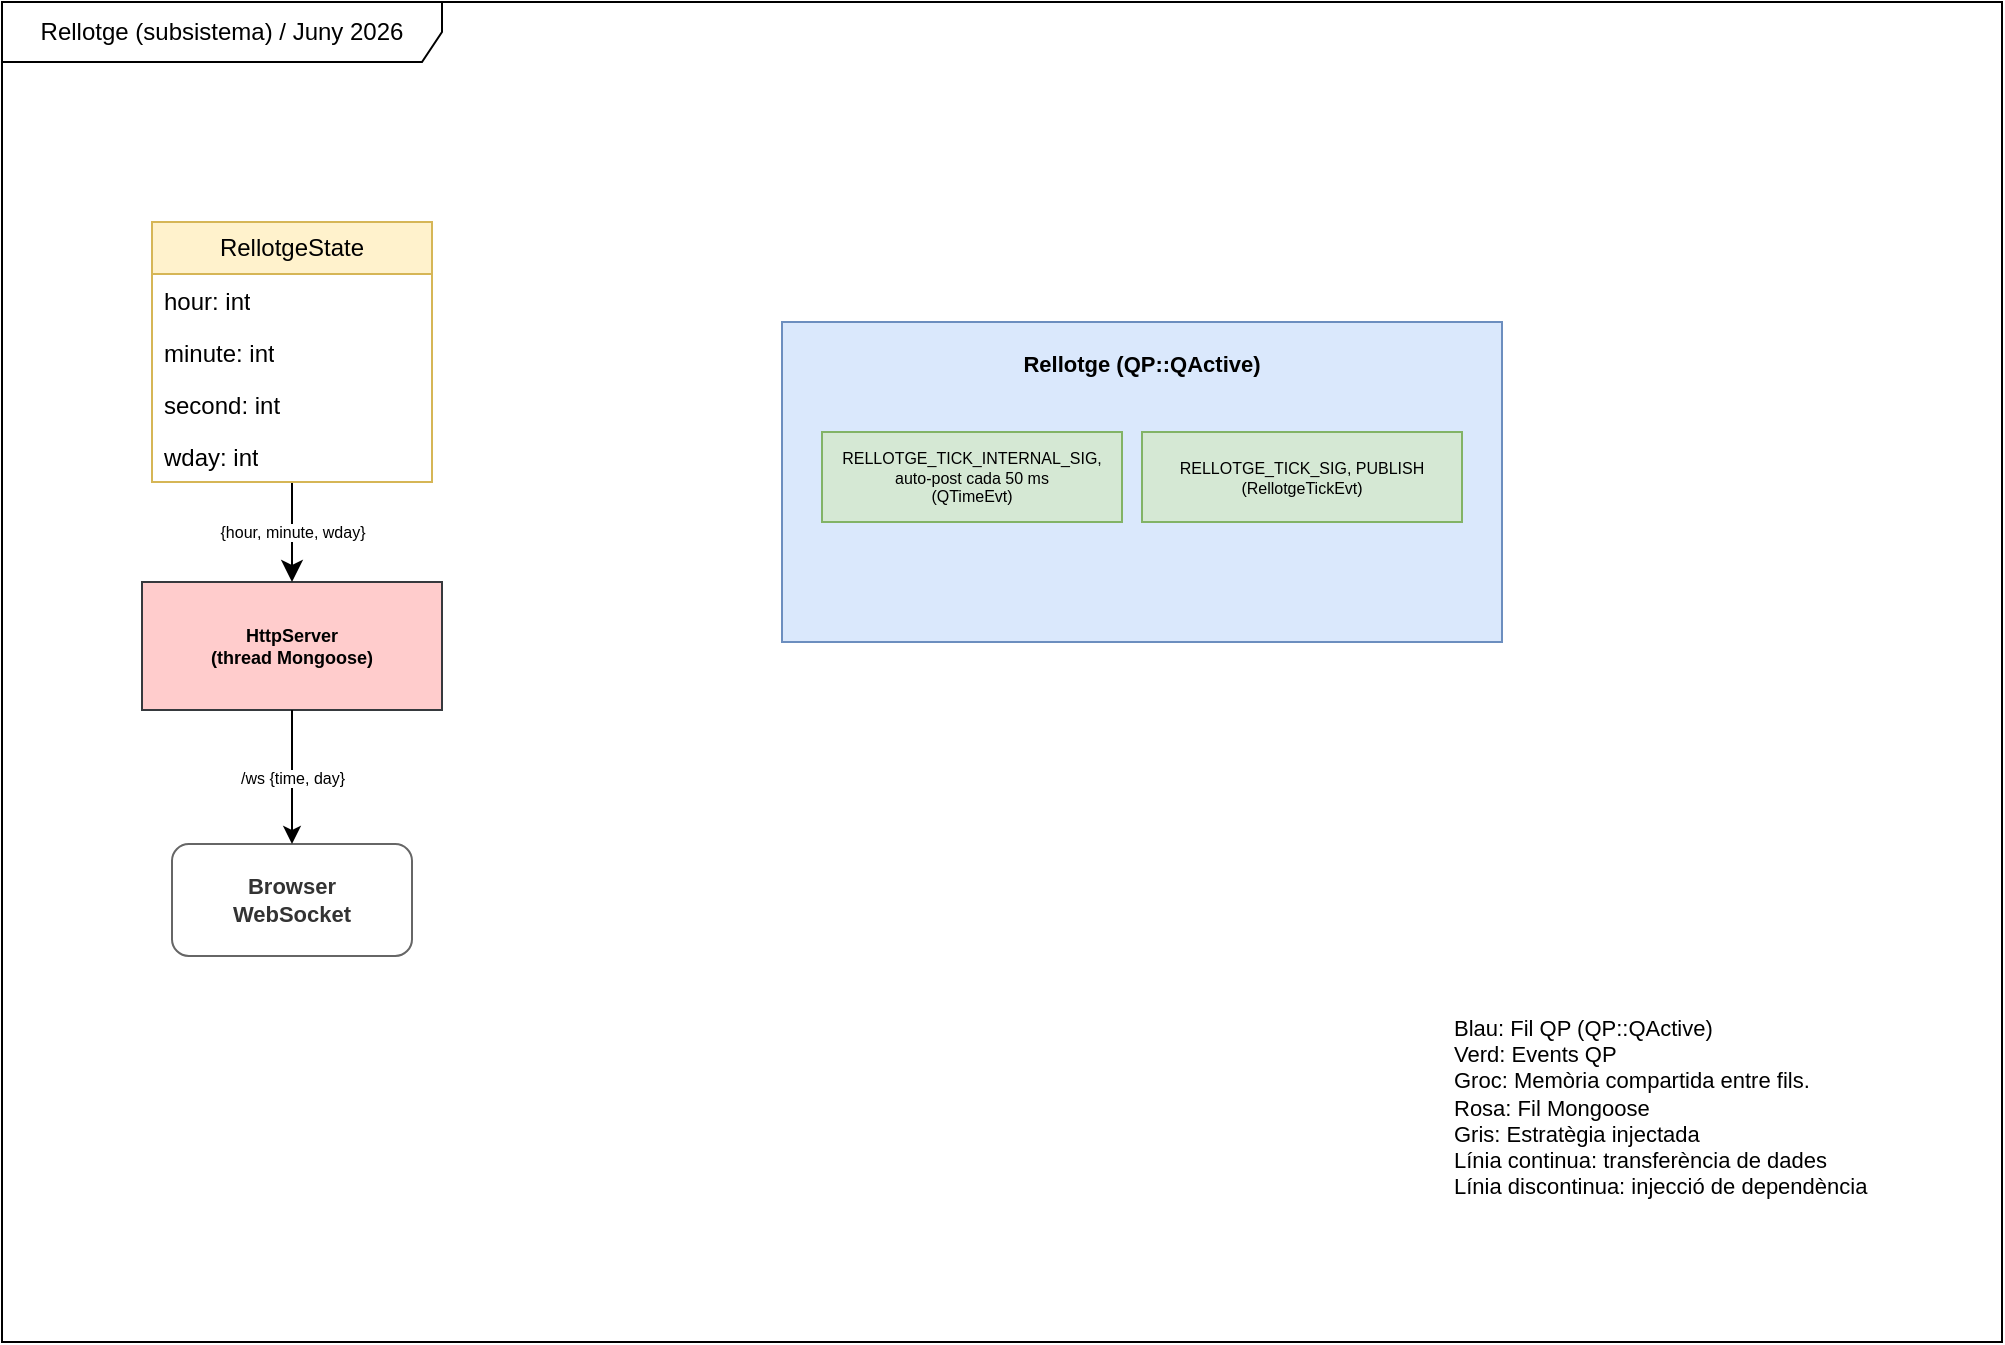
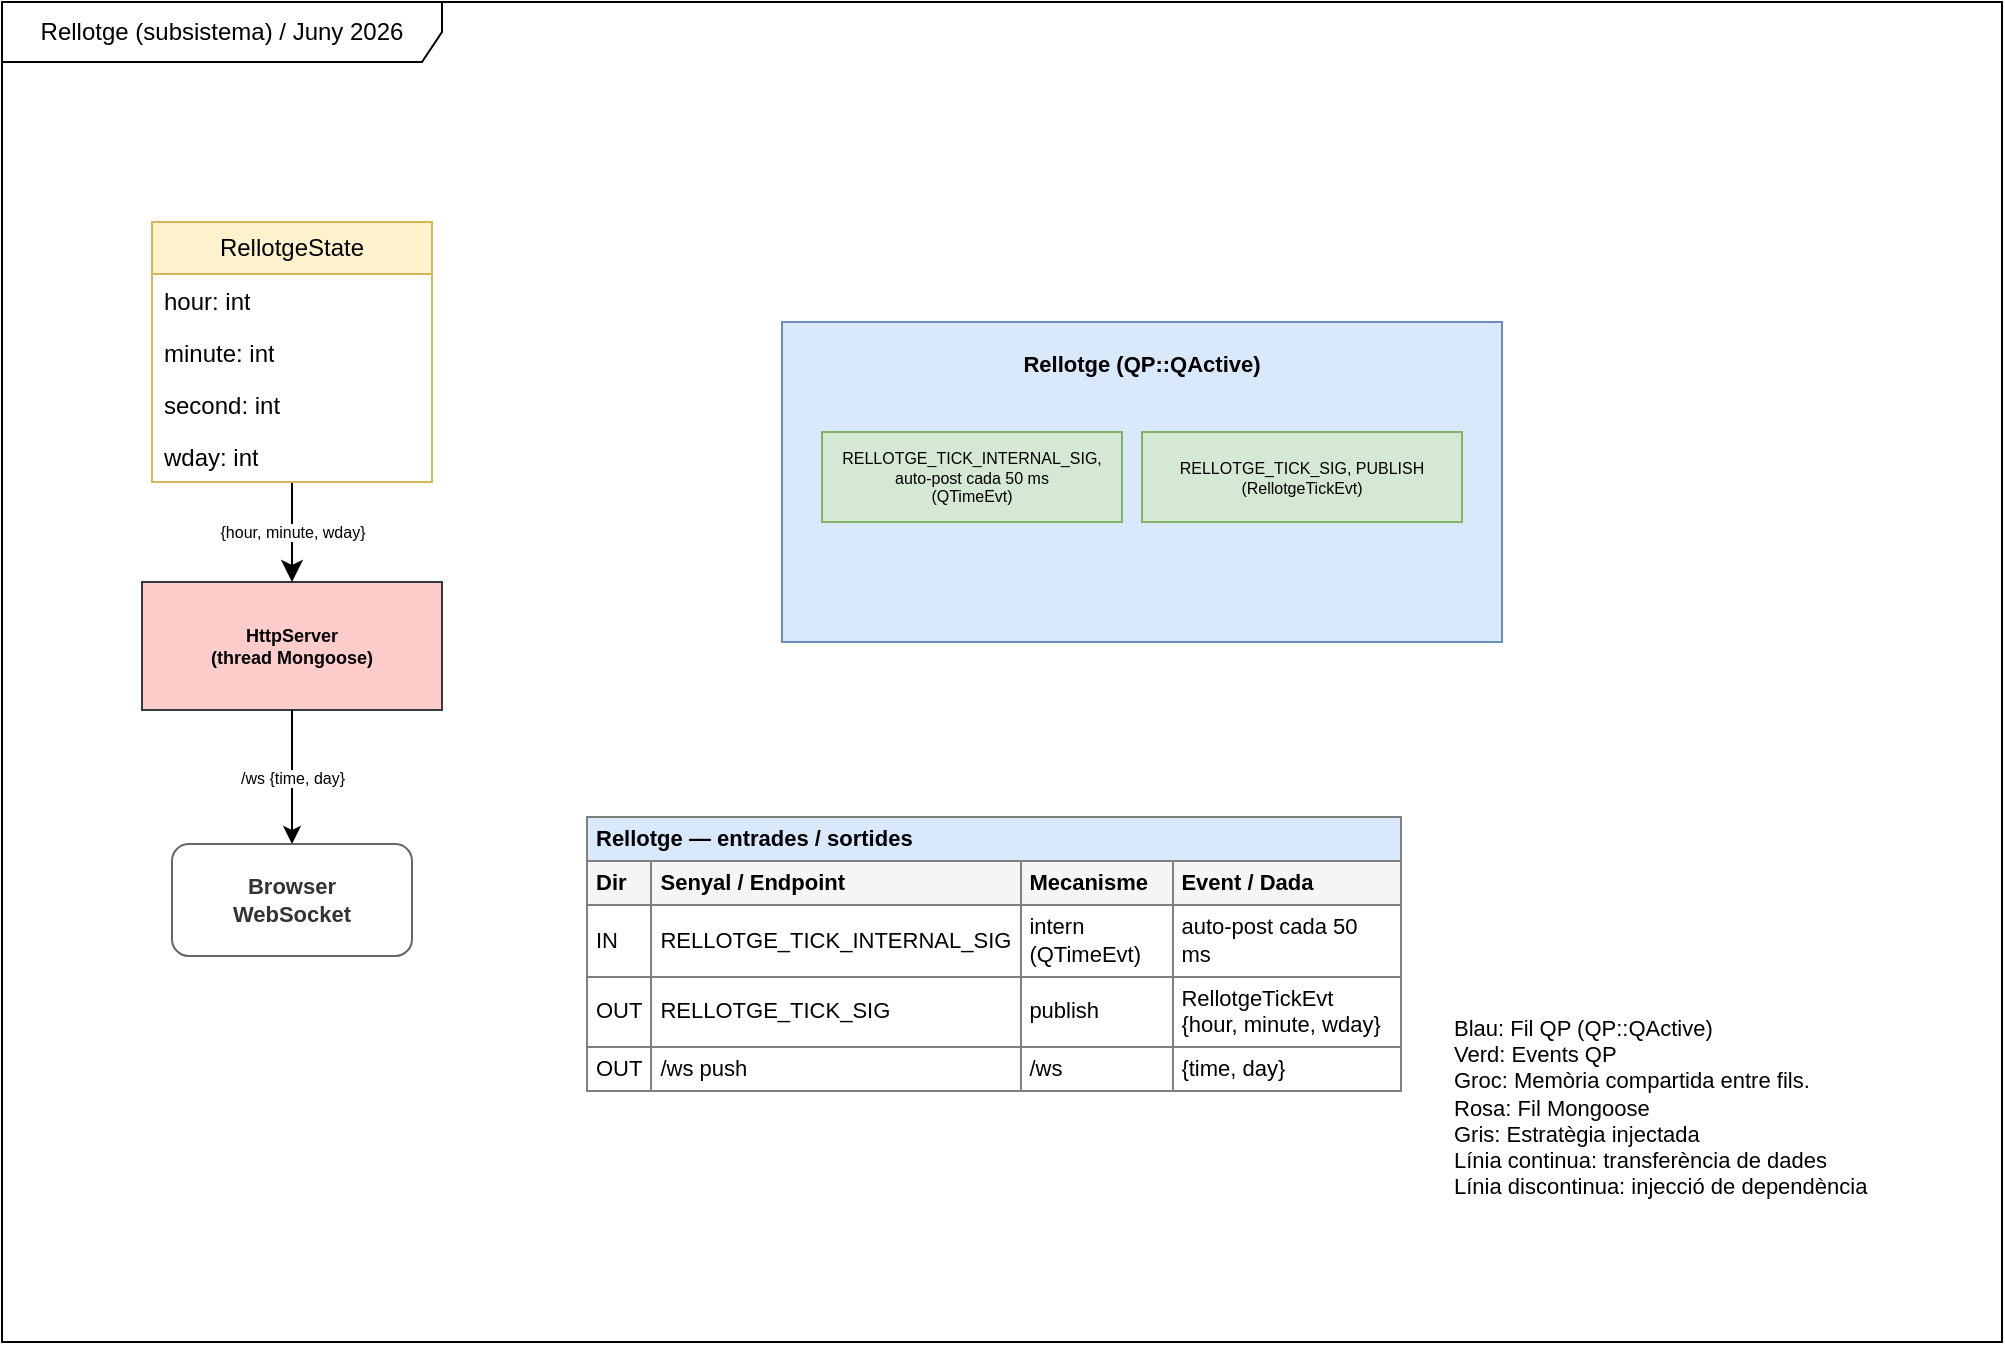
<mxfile host="Electron" agent="Mozilla/5.0 (Windows NT 10.0; Win64; x64) AppleWebKit/537.36 (KHTML, like Gecko) draw.io/28.2.8 Chrome/140.0.7339.240 Electron/38.4.0 Safari/537.36" version="28.2.8">
  <diagram name="Rellotge" id="rellotge">
    <mxGraphModel dx="1028" dy="663" grid="1" gridSize="10" guides="1" tooltips="1" connect="1" arrows="1" fold="1" page="1" pageScale="1" pageWidth="1169" pageHeight="826" math="0" shadow="0">
      <root>
        <mxCell id="0" />
        <mxCell id="1" parent="0" />
        <mxCell id="frame" value="Rellotge (subsistema) / Juny 2026" style="shape=umlFrame;whiteSpace=wrap;html=1;pointerEvents=0;recursiveResize=0;collapsible=0;width=220;height=30;" parent="1" vertex="1">
          <mxGeometry x="40" y="50" width="1000" height="670" as="geometry" />
        </mxCell>
        <mxCell id="rl" value="Rellotge (QP::QActive)" style="rounded=0;whiteSpace=wrap;html=1;fillColor=#dae8fc;strokeColor=#6c8ebf;fontSize=11;fontStyle=1;verticalAlign=top;spacingTop=8" parent="1" vertex="1">
          <mxGeometry x="430" y="210" width="360" height="160" as="geometry" />
        </mxCell>
        <mxCell id="rl_internal" value="RELLOTGE_TICK_INTERNAL_SIG, auto-post cada 50 ms&#xa;(QTimeEvt)" style="rounded=0;whiteSpace=wrap;html=1;fillColor=#d5e8d4;strokeColor=#82b366;fontSize=8" parent="1" vertex="1">
          <mxGeometry x="450" y="265" width="150" height="45" as="geometry" />
        </mxCell>
        <mxCell id="rl_pub" value="RELLOTGE_TICK_SIG, PUBLISH&#xa;(RellotgeTickEvt)" style="rounded=0;whiteSpace=wrap;html=1;fillColor=#d5e8d4;strokeColor=#82b366;fontSize=8" parent="1" vertex="1">
          <mxGeometry x="610" y="265" width="160" height="45" as="geometry" />
        </mxCell>
        <mxCell id="http" value="HttpServer&#xa;(thread Mongoose)" style="rounded=0;whiteSpace=wrap;html=1;fillColor=#ffcccc;strokeColor=#36393d;fontSize=9;fontStyle=1" parent="1" vertex="1">
          <mxGeometry x="110" y="340" width="150" height="64" as="geometry" />
        </mxCell>
        <mxCell id="ws" value="&lt;b&gt;Browser&lt;/b&gt;&#xa;&lt;b&gt;WebSocket&lt;/b&gt;" style="rounded=1;whiteSpace=wrap;html=1;fillColor=#ffffff;strokeColor=#666666;fontColor=#333333;fontSize=11;" parent="1" vertex="1">
          <mxGeometry x="125" y="471" width="120" height="56" as="geometry" />
        </mxCell>
        <mxCell id="e_push" value="/ws {time, day}" style="edgeStyle=orthogonalEdgeStyle;rounded=0;html=1;exitX=0.5;exitY=1;exitDx=0;exitDy=0;entryX=0.5;entryY=0;entryDx=0;entryDy=0;fontSize=8;" parent="1" source="http" target="ws" edge="1">
          <mxGeometry relative="1" as="geometry" />
        </mxCell>
        <mxCell id="legend" value="&lt;div style=&quot;text-align:left&quot;&gt;Blau: Fil QP (QP::QActive)&lt;br&gt;Verd: Events QP&lt;br&gt;Groc: Memòria compartida entre fils.&lt;br&gt;Rosa: Fil Mongoose&lt;br&gt;Gris: Estratègia injectada&lt;br&gt;Línia continua: transferència de dades&lt;br&gt;Línia discontinua: injecció de dependència&lt;/div&gt;" style="text;strokeColor=none;fillColor=none;align=left;verticalAlign=top;spacingLeft=4;spacingRight=4;overflow=hidden;whiteSpace=wrap;html=1;fontSize=11;" parent="1" vertex="1">
          <mxGeometry x="760" y="550" width="240" height="110" as="geometry" />
        </mxCell>
        <mxCell id="fVvCkoM4ovPekPfYtxhf-7" value="{hour, minute, wday}" style="edgeStyle=orthogonalEdgeStyle;curved=0;rounded=0;orthogonalLoop=1;jettySize=auto;html=1;fontSize=8;startSize=8;endSize=8;" parent="1" source="fVvCkoM4ovPekPfYtxhf-1" target="http" edge="1">
          <mxGeometry relative="1" as="geometry" />
        </mxCell>
        <mxCell id="fVvCkoM4ovPekPfYtxhf-1" value="RellotgeState" style="swimlane;fontStyle=0;childLayout=stackLayout;horizontal=1;startSize=26;fillColor=#fff2cc;horizontalStack=0;resizeParent=1;resizeParentMax=0;resizeLast=0;collapsible=1;marginBottom=0;whiteSpace=wrap;html=1;strokeColor=#d6b656;" parent="1" vertex="1">
          <mxGeometry x="115" y="160" width="140" height="130" as="geometry" />
        </mxCell>
        <mxCell id="fVvCkoM4ovPekPfYtxhf-2" value="hour: int" style="text;strokeColor=none;fillColor=none;align=left;verticalAlign=top;spacingLeft=4;spacingRight=4;overflow=hidden;rotatable=0;points=[[0,0.5],[1,0.5]];portConstraint=eastwest;whiteSpace=wrap;html=1;" parent="fVvCkoM4ovPekPfYtxhf-1" vertex="1">
          <mxGeometry y="26" width="140" height="26" as="geometry" />
        </mxCell>
        <mxCell id="fVvCkoM4ovPekPfYtxhf-3" value="minute: int" style="text;strokeColor=none;fillColor=none;align=left;verticalAlign=top;spacingLeft=4;spacingRight=4;overflow=hidden;rotatable=0;points=[[0,0.5],[1,0.5]];portConstraint=eastwest;whiteSpace=wrap;html=1;" parent="fVvCkoM4ovPekPfYtxhf-1" vertex="1">
          <mxGeometry y="52" width="140" height="26" as="geometry" />
        </mxCell>
        <mxCell id="fVvCkoM4ovPekPfYtxhf-4" value="second: int" style="text;strokeColor=none;fillColor=none;align=left;verticalAlign=top;spacingLeft=4;spacingRight=4;overflow=hidden;rotatable=0;points=[[0,0.5],[1,0.5]];portConstraint=eastwest;whiteSpace=wrap;html=1;" parent="fVvCkoM4ovPekPfYtxhf-1" vertex="1">
          <mxGeometry y="78" width="140" height="26" as="geometry" />
        </mxCell>
        <mxCell id="fVvCkoM4ovPekPfYtxhf-6" value="wday: int" style="text;strokeColor=none;fillColor=none;align=left;verticalAlign=top;spacingLeft=4;spacingRight=4;overflow=hidden;rotatable=0;points=[[0,0.5],[1,0.5]];portConstraint=eastwest;whiteSpace=wrap;html=1;" parent="fVvCkoM4ovPekPfYtxhf-1" vertex="1">
          <mxGeometry y="104" width="140" height="26" as="geometry" />
        </mxCell>
+         <mxCell id="tbl_rl" value="&lt;table border=&quot;1&quot; cellpadding=&quot;4&quot; cellspacing=&quot;0&quot; style=&quot;border-collapse:collapse;font-size:11px&quot;&gt;&lt;tr&gt;&lt;td colspan=&quot;4&quot; style=&quot;background-color:#dae8fc;font-weight:bold&quot;&gt;Rellotge — entrades / sortides&lt;/td&gt;&lt;/tr&gt;&lt;tr style=&quot;background-color:#f5f5f5;font-weight:bold&quot;&gt;&lt;td&gt;Dir&lt;/td&gt;&lt;td&gt;Senyal / Endpoint&lt;/td&gt;&lt;td&gt;Mecanisme&lt;/td&gt;&lt;td&gt;Event / Dada&lt;/td&gt;&lt;/tr&gt;&lt;tr&gt;&lt;td&gt;IN&lt;/td&gt;&lt;td&gt;RELLOTGE_TICK_INTERNAL_SIG&lt;/td&gt;&lt;td&gt;intern (QTimeEvt)&lt;/td&gt;&lt;td&gt;auto-post cada 50 ms&lt;/td&gt;&lt;/tr&gt;&lt;tr&gt;&lt;td&gt;OUT&lt;/td&gt;&lt;td&gt;RELLOTGE_TICK_SIG&lt;/td&gt;&lt;td&gt;publish&lt;/td&gt;&lt;td&gt;RellotgeTickEvt {hour, minute, wday}&lt;/td&gt;&lt;/tr&gt;&lt;tr&gt;&lt;td&gt;OUT&lt;/td&gt;&lt;td&gt;/ws push&lt;/td&gt;&lt;td&gt;/ws&lt;/td&gt;&lt;td&gt;{time, day}&lt;/td&gt;&lt;/tr&gt;&lt;/table&gt;" style="text;html=1;strokeColor=none;fillColor=none;align=left;verticalAlign=top;overflow=visible;whiteSpace=wrap;" parent="1" vertex="1">
+           <mxGeometry x="330" y="450" width="410" height="120" as="geometry" />
+         </mxCell>
      </root>
    </mxGraphModel>
  </diagram>
</mxfile>
